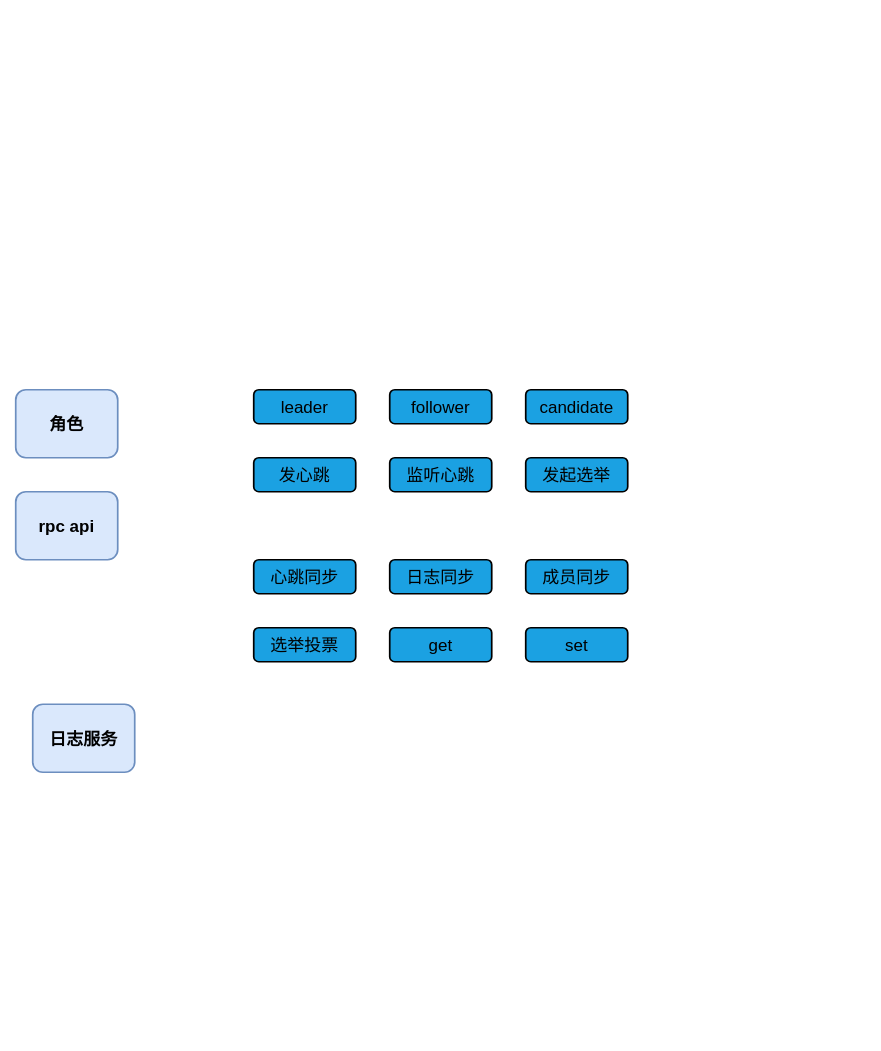
Earlier version of the draw.io diagram distributed/raft-design.drawio (donscoco/diagrams). Source tidied: cells renumbered, new cells numbered last; positions are measured from the earlier drawing's top-left corner, leaving out a move shared by most shapes. Both pictures are drawn from the tidied source at 85%, with x=0, y=0 at pixel (15, 389).
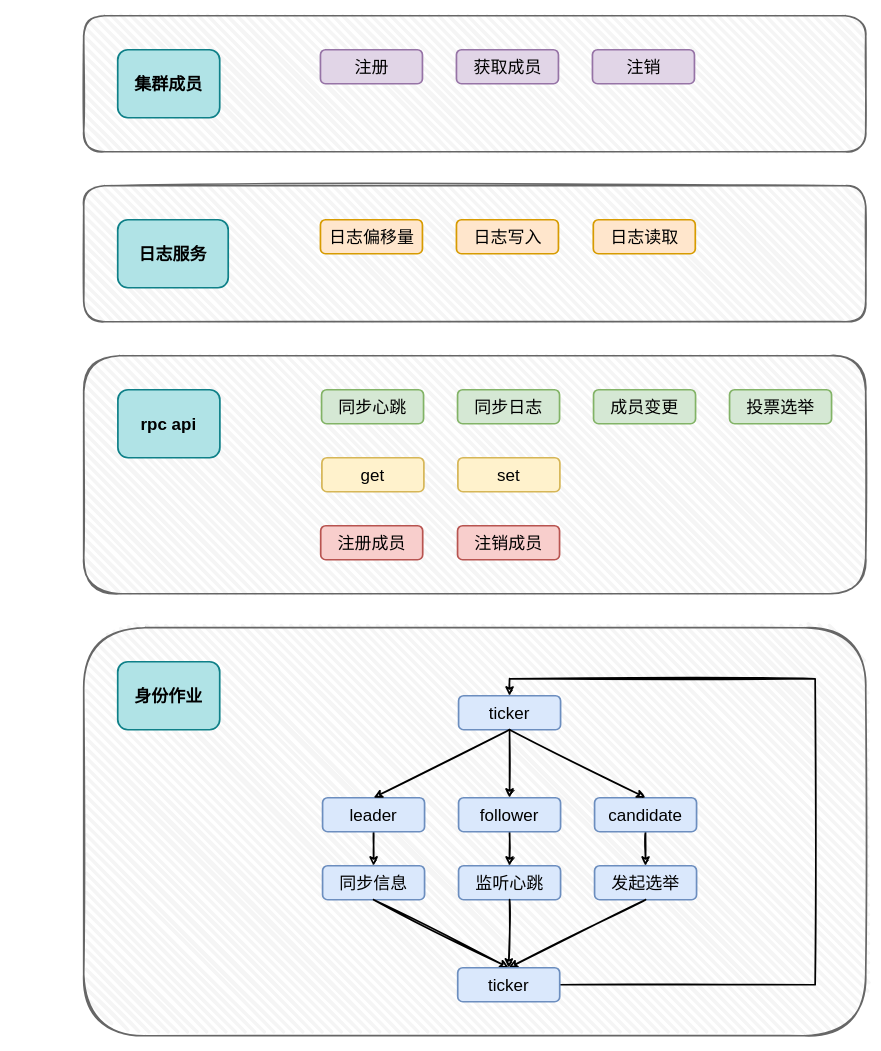
After the change.

What changed in the source:
```diff
@@
+    <mxCell id="17" style="rounded=1;whiteSpace=wrap;html=1;strokeWidth=2;fillWeight=4;hachureGap=8;hachureAngle=45;fillColor=#f5f5f5;sketch=1;fontSize=20;fontColor=#333333;strokeColor=#666666;" parent="1" vertex="1">
+      <mxGeometry x="80" y="-440" width="920" height="160" as="geometry" />
+    </mxCell>
+    <mxCell id="18" style="rounded=1;whiteSpace=wrap;html=1;strokeWidth=2;fillWeight=4;hachureGap=8;hachureAngle=45;fillColor=#f5f5f5;sketch=1;fontSize=20;fontColor=#333333;strokeColor=#666666;" parent="1" vertex="1">
+      <mxGeometry x="80" y="-240" width="920" height="160" as="geometry" />
+    </mxCell>
+    <mxCell id="19" style="rounded=1;whiteSpace=wrap;html=1;strokeWidth=2;fillWeight=4;hachureGap=8;hachureAngle=45;fillColor=#f5f5f5;sketch=1;fontSize=20;fontColor=#333333;strokeColor=#666666;" parent="1" vertex="1">
+      <mxGeometry x="80" y="-40" width="920" height="280" as="geometry" />
+    </mxCell>
+    <mxCell id="20" style="rounded=1;whiteSpace=wrap;html=1;strokeWidth=2;fillWeight=4;hachureGap=8;hachureAngle=45;fillColor=#f5f5f5;sketch=1;fontSize=20;fontColor=#333333;strokeColor=#666666;" parent="1" vertex="1">
+      <mxGeometry x="80" y="280" width="920" height="480" as="geometry" />
+    </mxCell>
-    <mxCell id="2" value="角色" style="rounded=1;whiteSpace=wrap;html=1;strokeWidth=2;fillWeight=4;hachureGap=8;hachureAngle=45;fillColor=#dae8fc;sketch=0;strokeColor=#6c8ebf;fontSize=20;fontStyle=1;" parent="1" vertex="1">
-      <mxGeometry width="120" height="80" as="geometry" />
+    <mxCell id="2" value="身份作业" style="rounded=1;whiteSpace=wrap;html=1;strokeWidth=2;fillWeight=4;hachureGap=8;hachureAngle=45;fillColor=#b0e3e6;sketch=0;strokeColor=#0e8088;fontSize=20;fontStyle=1;" parent="1" vertex="1">
+      <mxGeometry x="120" y="320" width="120" height="80" as="geometry" />
     </mxCell>
-    <mxCell id="3" value="rpc api" style="rounded=1;whiteSpace=wrap;html=1;strokeWidth=2;fillWeight=4;hachureGap=8;hachureAngle=45;fillColor=#dae8fc;sketch=0;strokeColor=#6c8ebf;fontSize=20;fontStyle=1;" parent="1" vertex="1">
-      <mxGeometry y="120" width="120" height="80" as="geometry" />
+    <mxCell id="3" value="rpc api" style="rounded=1;whiteSpace=wrap;html=1;strokeWidth=2;fillWeight=4;hachureGap=8;hachureAngle=45;fillColor=#b0e3e6;sketch=0;strokeColor=#0e8088;fontSize=20;fontStyle=1;" parent="1" vertex="1">
+      <mxGeometry x="120.2" width="120" height="80" as="geometry" />
     </mxCell>
-    <mxCell id="4" value="日志服务" style="rounded=1;whiteSpace=wrap;html=1;strokeWidth=2;fillWeight=4;hachureGap=8;hachureAngle=45;fillColor=#dae8fc;sketch=0;strokeColor=#6c8ebf;fontSize=20;fontStyle=1;" parent="1" vertex="1">
-      <mxGeometry x="20" y="370" width="120" height="80" as="geometry" />
+    <mxCell id="4" value="日志服务" style="rounded=1;whiteSpace=wrap;html=1;strokeWidth=2;fillWeight=4;hachureGap=8;hachureAngle=45;fillColor=#b0e3e6;sketch=0;strokeColor=#0e8088;fontSize=20;fontStyle=1;" parent="1" vertex="1">
+      <mxGeometry x="120" y="-200" width="130" height="80" as="geometry" />
     </mxCell>
+    <mxCell id="21" style="edgeStyle=orthogonalEdgeStyle;rounded=0;jettySize=auto;html=1;fontSize=20;strokeWidth=2;sketch=1;" parent="1" edge="1" source="5" target="8">
+      <mxGeometry relative="1" as="geometry" />
+    </mxCell>
-    <mxCell id="5" value="leader" style="rounded=1;whiteSpace=wrap;html=1;strokeWidth=2;fillWeight=4;hachureGap=8;hachureAngle=45;fillColor=#1ba1e2;sketch=0;fontSize=20;" parent="1" vertex="1">
-      <mxGeometry x="280" width="120" height="40" as="geometry" />
+    <mxCell id="5" value="leader" style="rounded=1;whiteSpace=wrap;html=1;strokeWidth=2;fillWeight=4;hachureGap=8;hachureAngle=45;fillColor=#dae8fc;sketch=0;fontSize=20;strokeColor=#6c8ebf;" parent="1" vertex="1">
+      <mxGeometry x="361" y="480" width="120" height="40" as="geometry" />
     </mxCell>
+    <mxCell id="22" style="edgeStyle=orthogonalEdgeStyle;rounded=0;sketch=1;jettySize=auto;html=1;strokeWidth=2;fontSize=20;" parent="1" edge="1" source="6" target="9">
+      <mxGeometry relative="1" as="geometry" />
+    </mxCell>
-    <mxCell id="6" value="follower" style="rounded=1;whiteSpace=wrap;html=1;strokeWidth=2;fillWeight=4;hachureGap=8;hachureAngle=45;fillColor=#1ba1e2;sketch=0;fontSize=20;" parent="1" vertex="1">
-      <mxGeometry x="440" width="120" height="40" as="geometry" />
+    <mxCell id="6" value="follower" style="rounded=1;whiteSpace=wrap;html=1;strokeWidth=2;fillWeight=4;hachureGap=8;hachureAngle=45;fillColor=#dae8fc;sketch=0;fontSize=20;strokeColor=#6c8ebf;" parent="1" vertex="1">
+      <mxGeometry x="521" y="480" width="120" height="40" as="geometry" />
     </mxCell>
+    <mxCell id="23" style="edgeStyle=orthogonalEdgeStyle;rounded=0;sketch=1;jettySize=auto;html=1;entryX=0.5;entryY=0;entryDx=0;entryDy=0;strokeWidth=2;fontSize=20;" parent="1" edge="1" source="7" target="10">
+      <mxGeometry relative="1" as="geometry" />
+    </mxCell>
-    <mxCell id="7" value="candidate" style="rounded=1;whiteSpace=wrap;html=1;strokeWidth=2;fillWeight=4;hachureGap=8;hachureAngle=45;fillColor=#1ba1e2;sketch=0;fontSize=20;" parent="1" vertex="1">
-      <mxGeometry x="600" width="120" height="40" as="geometry" />
+    <mxCell id="7" value="candidate" style="rounded=1;whiteSpace=wrap;html=1;strokeWidth=2;fillWeight=4;hachureGap=8;hachureAngle=45;fillColor=#dae8fc;sketch=0;fontSize=20;strokeColor=#6c8ebf;" parent="1" vertex="1">
+      <mxGeometry x="681" y="480" width="120" height="40" as="geometry" />
     </mxCell>
-    <mxCell id="8" value="发心跳" style="rounded=1;whiteSpace=wrap;html=1;strokeWidth=2;fillWeight=4;hachureGap=8;hachureAngle=45;fillColor=#1ba1e2;sketch=0;fontSize=20;" parent="1" vertex="1">
-      <mxGeometry x="280" y="80" width="120" height="40" as="geometry" />
+    <mxCell id="8" value="同步信息" style="rounded=1;whiteSpace=wrap;html=1;strokeWidth=2;fillWeight=4;hachureGap=8;hachureAngle=45;fillColor=#dae8fc;sketch=0;fontSize=20;strokeColor=#6c8ebf;" parent="1" vertex="1">
+      <mxGeometry x="361" y="560" width="120" height="40" as="geometry" />
     </mxCell>
-    <mxCell id="9" value="监听心跳" style="rounded=1;whiteSpace=wrap;html=1;strokeWidth=2;fillWeight=4;hachureGap=8;hachureAngle=45;fillColor=#1ba1e2;sketch=0;fontSize=20;" parent="1" vertex="1">
-      <mxGeometry x="440" y="80" width="120" height="40" as="geometry" />
+    <mxCell id="9" value="监听心跳" style="rounded=1;whiteSpace=wrap;html=1;strokeWidth=2;fillWeight=4;hachureGap=8;hachureAngle=45;fillColor=#dae8fc;sketch=0;fontSize=20;strokeColor=#6c8ebf;" parent="1" vertex="1">
+      <mxGeometry x="521" y="560" width="120" height="40" as="geometry" />
     </mxCell>
-    <mxCell id="10" value="发起选举" style="rounded=1;whiteSpace=wrap;html=1;strokeWidth=2;fillWeight=4;hachureGap=8;hachureAngle=45;fillColor=#1ba1e2;sketch=0;fontSize=20;" parent="1" vertex="1">
-      <mxGeometry x="600" y="80" width="120" height="40" as="geometry" />
+    <mxCell id="10" value="发起选举" style="rounded=1;whiteSpace=wrap;html=1;strokeWidth=2;fillWeight=4;hachureGap=8;hachureAngle=45;fillColor=#dae8fc;sketch=0;fontSize=20;strokeColor=#6c8ebf;" parent="1" vertex="1">
+      <mxGeometry x="681" y="560" width="120" height="40" as="geometry" />
     </mxCell>
-    <mxCell id="11" value="心跳同步" style="rounded=1;whiteSpace=wrap;html=1;strokeWidth=2;fillWeight=4;hachureGap=8;hachureAngle=45;fillColor=#1ba1e2;sketch=0;fontSize=20;" parent="1" vertex="1">
-      <mxGeometry x="280" y="200" width="120" height="40" as="geometry" />
+    <mxCell id="11" value="同步心跳" style="rounded=1;whiteSpace=wrap;html=1;strokeWidth=2;fillWeight=4;hachureGap=8;hachureAngle=45;fillColor=#d5e8d4;sketch=0;fontSize=20;strokeColor=#82b366;" parent="1" vertex="1">
+      <mxGeometry x="359.8" width="120" height="40" as="geometry" />
     </mxCell>
-    <mxCell id="12" value="日志同步" style="rounded=1;whiteSpace=wrap;html=1;strokeWidth=2;fillWeight=4;hachureGap=8;hachureAngle=45;fillColor=#1ba1e2;sketch=0;fontSize=20;" parent="1" vertex="1">
-      <mxGeometry x="440" y="200" width="120" height="40" as="geometry" />
+    <mxCell id="12" value="同步日志" style="rounded=1;whiteSpace=wrap;html=1;strokeWidth=2;fillWeight=4;hachureGap=8;hachureAngle=45;fillColor=#d5e8d4;sketch=0;fontSize=20;strokeColor=#82b366;" parent="1" vertex="1">
+      <mxGeometry x="519.8" width="120" height="40" as="geometry" />
     </mxCell>
-    <mxCell id="13" value="成员同步" style="rounded=1;whiteSpace=wrap;html=1;strokeWidth=2;fillWeight=4;hachureGap=8;hachureAngle=45;fillColor=#1ba1e2;sketch=0;fontSize=20;" parent="1" vertex="1">
-      <mxGeometry x="600" y="200" width="120" height="40" as="geometry" />
+    <mxCell id="13" value="成员变更" style="rounded=1;whiteSpace=wrap;html=1;strokeWidth=2;fillWeight=4;hachureGap=8;hachureAngle=45;fillColor=#d5e8d4;sketch=0;fontSize=20;strokeColor=#82b366;" parent="1" vertex="1">
+      <mxGeometry x="679.8" width="120" height="40" as="geometry" />
     </mxCell>
-    <mxCell id="14" value="选举投票" style="rounded=1;whiteSpace=wrap;html=1;strokeWidth=2;fillWeight=4;hachureGap=8;hachureAngle=45;fillColor=#1ba1e2;sketch=0;fontSize=20;" parent="1" vertex="1">
-      <mxGeometry x="280" y="280" width="120" height="40" as="geometry" />
+    <mxCell id="14" value="投票选举" style="rounded=1;whiteSpace=wrap;html=1;strokeWidth=2;fillWeight=4;hachureGap=8;hachureAngle=45;fillColor=#d5e8d4;sketch=0;fontSize=20;strokeColor=#82b366;" parent="1" vertex="1">
+      <mxGeometry x="839.8" width="120" height="40" as="geometry" />
     </mxCell>
-    <mxCell id="15" value="get" style="rounded=1;whiteSpace=wrap;html=1;strokeWidth=2;fillWeight=4;hachureGap=8;hachureAngle=45;fillColor=#1ba1e2;sketch=0;fontSize=20;" parent="1" vertex="1">
-      <mxGeometry x="440" y="280" width="120" height="40" as="geometry" />
+    <mxCell id="15" value="get" style="rounded=1;whiteSpace=wrap;html=1;strokeWidth=2;fillWeight=4;hachureGap=8;hachureAngle=45;fillColor=#fff2cc;sketch=0;fontSize=20;strokeColor=#d6b656;" parent="1" vertex="1">
+      <mxGeometry x="360.2" y="80" width="120" height="40" as="geometry" />
     </mxCell>
-    <mxCell id="16" value="set" style="rounded=1;whiteSpace=wrap;html=1;strokeWidth=2;fillWeight=4;hachureGap=8;hachureAngle=45;fillColor=#1ba1e2;sketch=0;fontSize=20;" parent="1" vertex="1">
-      <mxGeometry x="600" y="280" width="120" height="40" as="geometry" />
+    <mxCell id="16" value="set" style="rounded=1;whiteSpace=wrap;html=1;strokeWidth=2;fillWeight=4;hachureGap=8;hachureAngle=45;fillColor=#fff2cc;sketch=0;fontSize=20;strokeColor=#d6b656;" parent="1" vertex="1">
+      <mxGeometry x="520.2" y="80" width="120" height="40" as="geometry" />
     </mxCell>
+    <mxCell id="24" value="集群成员" style="rounded=1;whiteSpace=wrap;html=1;strokeWidth=2;fillWeight=4;hachureGap=8;hachureAngle=45;fillColor=#b0e3e6;sketch=0;strokeColor=#0e8088;fontSize=20;fontStyle=1;" parent="1" vertex="1">
+      <mxGeometry x="120" y="-400" width="120" height="80" as="geometry" />
+    </mxCell>
+    <mxCell id="25" value="注册成员" style="rounded=1;whiteSpace=wrap;html=1;strokeWidth=2;fillWeight=4;hachureGap=8;hachureAngle=45;fillColor=#f8cecc;sketch=0;fontSize=20;strokeColor=#b85450;" parent="1" vertex="1">
+      <mxGeometry x="358.8" y="160" width="120" height="40" as="geometry" />
+    </mxCell>
+    <mxCell id="26" value="注销成员" style="rounded=1;whiteSpace=wrap;html=1;strokeWidth=2;fillWeight=4;hachureGap=8;hachureAngle=45;fillColor=#f8cecc;sketch=0;fontSize=20;strokeColor=#b85450;" parent="1" vertex="1">
+      <mxGeometry x="519.8" y="160" width="120" height="40" as="geometry" />
+    </mxCell>
+    <mxCell id="27" value="日志偏移量" style="rounded=1;whiteSpace=wrap;html=1;strokeWidth=2;fillWeight=4;hachureGap=8;hachureAngle=45;fillColor=#ffe6cc;sketch=0;fontSize=20;strokeColor=#d79b00;" parent="1" vertex="1">
+      <mxGeometry x="358.5" y="-200" width="120" height="40" as="geometry" />
+    </mxCell>
+    <mxCell id="28" value="日志写入" style="rounded=1;whiteSpace=wrap;html=1;strokeWidth=2;fillWeight=4;hachureGap=8;hachureAngle=45;fillColor=#ffe6cc;sketch=0;fontSize=20;strokeColor=#d79b00;" parent="1" vertex="1">
+      <mxGeometry x="518.5" y="-200" width="120" height="40" as="geometry" />
+    </mxCell>
+    <mxCell id="29" value="日志读取" style="rounded=1;whiteSpace=wrap;html=1;strokeWidth=2;fillWeight=4;hachureGap=8;hachureAngle=45;fillColor=#ffe6cc;sketch=0;fontSize=20;strokeColor=#d79b00;" parent="1" vertex="1">
+      <mxGeometry x="679.5" y="-200" width="120" height="40" as="geometry" />
+    </mxCell>
+    <mxCell id="30" value="ticker" style="rounded=1;whiteSpace=wrap;html=1;strokeWidth=2;fillWeight=4;hachureGap=8;hachureAngle=45;fillColor=#dae8fc;sketch=0;fontSize=20;strokeColor=#6c8ebf;" parent="1" vertex="1">
+      <mxGeometry x="521" y="360" width="120" height="40" as="geometry" />
+    </mxCell>
+    <mxCell id="31" style="endArrow=classic;html=1;rounded=0;sketch=1;strokeWidth=2;fontSize=20;exitX=0.5;exitY=1;exitDx=0;exitDy=0;entryX=0.5;entryY=0;entryDx=0;entryDy=0;" parent="1" edge="1" source="30" target="5">
+      <mxGeometry relative="1" as="geometry" />
+    </mxCell>
+    <mxCell id="32" style="endArrow=classic;html=1;rounded=0;sketch=1;strokeWidth=2;fontSize=20;exitX=0.5;exitY=1;exitDx=0;exitDy=0;" parent="1" edge="1" source="30" target="6">
+      <mxGeometry relative="1" as="geometry" />
+    </mxCell>
+    <mxCell id="33" style="endArrow=classic;html=1;rounded=0;sketch=1;strokeWidth=2;fontSize=20;exitX=0.5;exitY=1;exitDx=0;exitDy=0;entryX=0.5;entryY=0;entryDx=0;entryDy=0;" parent="1" edge="1" source="30" target="7">
+      <mxGeometry relative="1" as="geometry" />
+    </mxCell>
+    <mxCell id="34" style="endArrow=classic;html=1;rounded=0;sketch=1;strokeWidth=2;fontSize=20;exitX=0.5;exitY=1;exitDx=0;exitDy=0;entryX=0.5;entryY=0;entryDx=0;entryDy=0;" parent="1" edge="1" source="9" target="38">
+      <mxGeometry relative="1" as="geometry" />
+    </mxCell>
+    <mxCell id="35" style="endArrow=classic;html=1;rounded=0;sketch=1;strokeWidth=2;fontSize=20;exitX=0.5;exitY=1;exitDx=0;exitDy=0;entryX=0.5;entryY=0;entryDx=0;entryDy=0;" parent="1" edge="1" source="10" target="38">
+      <mxGeometry relative="1" as="geometry" />
+    </mxCell>
+    <mxCell id="36" style="endArrow=classic;html=1;rounded=0;sketch=1;strokeWidth=2;fontSize=20;exitX=0.5;exitY=1;exitDx=0;exitDy=0;entryX=0.5;entryY=0;entryDx=0;entryDy=0;" parent="1" edge="1" source="8" target="38">
+      <mxGeometry relative="1" as="geometry" />
+    </mxCell>
+    <mxCell id="37" style="edgeStyle=orthogonalEdgeStyle;rounded=0;sketch=1;jettySize=auto;html=1;entryX=0.5;entryY=0;entryDx=0;entryDy=0;strokeWidth=2;fontSize=20;" parent="1" edge="1" source="38" target="30">
+      <mxGeometry relative="1" as="geometry">
+        <Array as="points">
+          <mxPoint x="940.5" y="700" />
+          <mxPoint x="940.5" y="340" />
+          <mxPoint x="581.5" y="340" />
+        </Array>
+      </mxGeometry>
+    </mxCell>
+    <mxCell id="38" value="ticker" style="rounded=1;whiteSpace=wrap;html=1;strokeWidth=2;fillWeight=4;hachureGap=8;hachureAngle=45;fillColor=#dae8fc;sketch=0;fontSize=20;strokeColor=#6c8ebf;" parent="1" vertex="1">
+      <mxGeometry x="520" y="680" width="120" height="40" as="geometry" />
+    </mxCell>
+    <mxCell id="39" value="注册" style="rounded=1;whiteSpace=wrap;html=1;strokeWidth=2;fillWeight=4;hachureGap=8;hachureAngle=45;fillColor=#e1d5e7;sketch=0;fontSize=20;strokeColor=#9673a6;" parent="1" vertex="1">
+      <mxGeometry x="358.5" y="-400" width="120" height="40" as="geometry" />
+    </mxCell>
+    <mxCell id="40" value="获取成员" style="rounded=1;whiteSpace=wrap;html=1;strokeWidth=2;fillWeight=4;hachureGap=8;hachureAngle=45;fillColor=#e1d5e7;sketch=0;fontSize=20;strokeColor=#9673a6;" parent="1" vertex="1">
+      <mxGeometry x="518.5" y="-400" width="120" height="40" as="geometry" />
+    </mxCell>
+    <mxCell id="41" value="注销" style="rounded=1;whiteSpace=wrap;html=1;strokeWidth=2;fillWeight=4;hachureGap=8;hachureAngle=45;fillColor=#e1d5e7;sketch=0;fontSize=20;strokeColor=#9673a6;" parent="1" vertex="1">
+      <mxGeometry x="678.5" y="-400" width="120" height="40" as="geometry" />
+    </mxCell>
```
